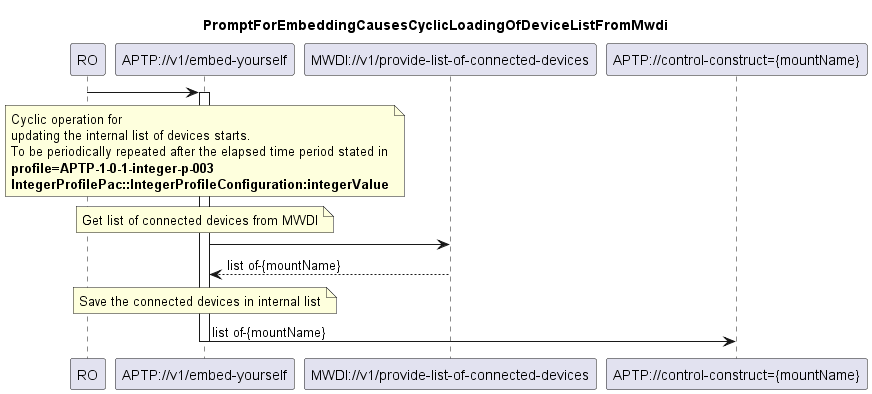
Before: spec/diagrams/EmbedYourself/00x_CyclicLoadingOfDeviceListFromMwdi.png, a diagram exported from PlantUML (openBackhaul/AccessPlanningToolProxy).
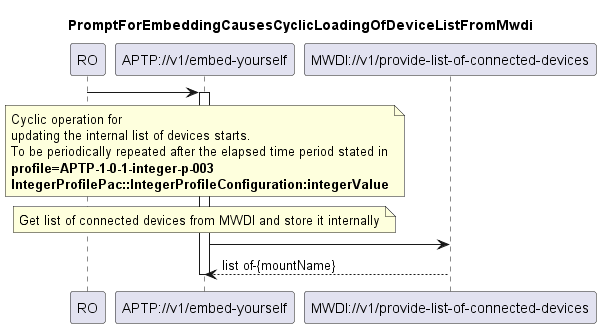
Later version of the same file.

Commit message:
Correct diagrams for connected devices

Change to the diagram source:
```diff
@@ -8,7 +8,7 @@
 participant "RO" as ro
 participant "APTP://v1/embed-yourself" as aptp
 participant "MWDI://v1/provide-list-of-connected-devices" as mwdi
-participant "APTP://control-construct={mountName}" as InternalList
+
 
 
 ro -> aptp
@@ -23,18 +23,12 @@
 end note
 
 note over aptp
-Get list of connected devices from MWDI
+Get list of connected devices from MWDI and store it internally
 end note
 
 aptp -> mwdi
 mwdi --> aptp: list of-{mountName}
 
-note over aptp
-Save the connected devices in internal list
-end note
-
-
-aptp -> InternalList: list of-{mountName}
 
 
 deactivate aptp
```
